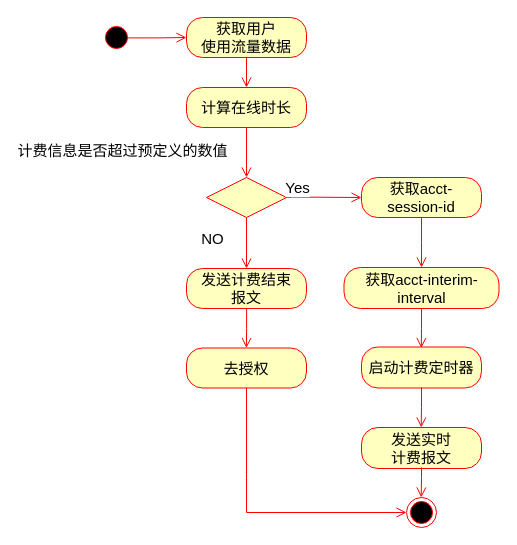
This is 发送计费报文的实现逻辑.drawio from PATORITU/PATORITU, a draw.io file, before an edit. Source tidied: cells renumbered, new cells numbered last; positions are measured from the earlier drawing's top-left corner, leaving out a move shared by most shapes. Both pictures are drawn from the tidied source at 100%, with x=0, y=0 at pixel (101, 17).
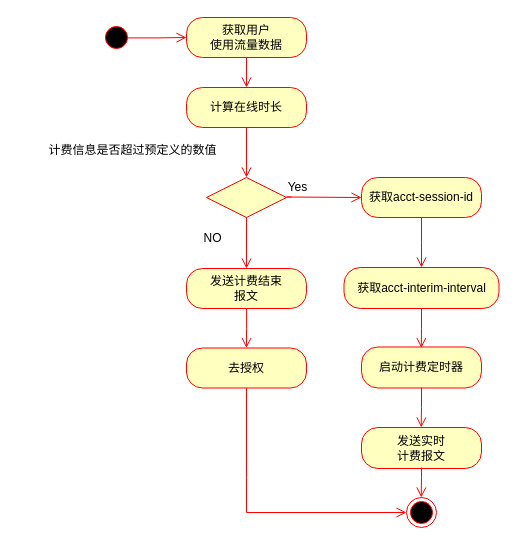
Above is the later version.

Commit message:
更新发送计费报文的实现逻辑.drawio

Change to the diagram source:
```diff
@@
-    <mxCell id="2" style="ellipse;html=1;shape=startState;fillColor=#000000;strokeColor=#ff0000;fontSize=15;" parent="1" vertex="1">
+    <mxCell id="2" style="ellipse;html=1;shape=startState;fillColor=#000000;strokeColor=#ff0000;fontSize=12;fontFamily=宋体;" parent="1" vertex="1">
       <mxGeometry y="5" width="30" height="30" as="geometry" />
     </mxCell>
-    <mxCell id="3" style="edgeStyle=orthogonalEdgeStyle;html=1;verticalAlign=bottom;endArrow=open;endSize=8;strokeColor=#ff0000;rounded=0;entryX=0;entryY=0.5;entryDx=0;entryDy=0;exitX=0.858;exitY=0.514;exitDx=0;exitDy=0;exitPerimeter=0;fontSize=15;" parent="1" edge="1" source="2" target="4">
+    <mxCell id="3" style="edgeStyle=orthogonalEdgeStyle;html=1;verticalAlign=bottom;endArrow=open;endSize=8;strokeColor=#ff0000;rounded=0;entryX=0;entryY=0.5;entryDx=0;entryDy=0;exitX=0.858;exitY=0.514;exitDx=0;exitDy=0;exitPerimeter=0;fontSize=12;fontFamily=宋体;" parent="1" edge="1" source="2" target="4">
       <mxGeometry relative="1" as="geometry" />
     </mxCell>
-    <mxCell id="4" value="获取用户&lt;br&gt;使用流量数据" style="rounded=1;whiteSpace=wrap;html=1;arcSize=40;fontColor=#000000;fillColor=#ffffc0;strokeColor=#ff0000;fontSize=15;" parent="1" vertex="1">
+    <mxCell id="4" value="获取用户&lt;br style=&quot;font-size: 12px;&quot;&gt;使用流量数据" style="rounded=1;whiteSpace=wrap;html=1;arcSize=40;fontColor=#000000;fillColor=#ffffc0;strokeColor=#ff0000;fontSize=12;fontFamily=宋体;" parent="1" vertex="1">
       <mxGeometry x="85" width="120" height="40" as="geometry" />
     </mxCell>
-    <mxCell id="5" style="edgeStyle=orthogonalEdgeStyle;html=1;verticalAlign=bottom;endArrow=open;endSize=8;strokeColor=#ff0000;rounded=0;fontSize=15;entryX=0.5;entryY=0;entryDx=0;entryDy=0;" parent="1" edge="1" source="4" target="6">
+    <mxCell id="5" style="edgeStyle=orthogonalEdgeStyle;html=1;verticalAlign=bottom;endArrow=open;endSize=8;strokeColor=#ff0000;rounded=0;fontSize=12;entryX=0.5;entryY=0;entryDx=0;entryDy=0;fontFamily=宋体;" parent="1" edge="1" source="4" target="6">
       <mxGeometry relative="1" as="geometry" />
     </mxCell>
-    <mxCell id="6" value="计算在线时长" style="rounded=1;whiteSpace=wrap;html=1;arcSize=40;fontColor=#000000;fillColor=#ffffc0;strokeColor=#ff0000;fontSize=15;" parent="1" vertex="1">
+    <mxCell id="6" value="计算在线时长" style="rounded=1;whiteSpace=wrap;html=1;arcSize=40;fontColor=#000000;fillColor=#ffffc0;strokeColor=#ff0000;fontSize=12;fontFamily=宋体;" parent="1" vertex="1">
       <mxGeometry x="85" y="70" width="120" height="40" as="geometry" />
     </mxCell>
-    <mxCell id="7" style="edgeStyle=orthogonalEdgeStyle;html=1;verticalAlign=bottom;endArrow=open;endSize=8;strokeColor=#ff0000;rounded=0;entryX=0.5;entryY=0;entryDx=0;entryDy=0;fontSize=15;" parent="1" edge="1" source="6" target="8">
+    <mxCell id="7" style="edgeStyle=orthogonalEdgeStyle;html=1;verticalAlign=bottom;endArrow=open;endSize=8;strokeColor=#ff0000;rounded=0;entryX=0.5;entryY=0;entryDx=0;entryDy=0;fontSize=12;fontFamily=宋体;" parent="1" edge="1" source="6" target="8">
       <mxGeometry relative="1" as="geometry" />
     </mxCell>
-    <mxCell id="8" style="rhombus;whiteSpace=wrap;html=1;fontColor=#000000;fillColor=#ffffc0;strokeColor=#ff0000;fontSize=15;" parent="1" vertex="1">
+    <mxCell id="8" style="rhombus;whiteSpace=wrap;html=1;fontColor=#000000;fillColor=#ffffc0;strokeColor=#ff0000;fontSize=12;fontFamily=宋体;" parent="1" vertex="1">
       <mxGeometry x="105" y="160" width="80" height="40" as="geometry" />
     </mxCell>
-    <mxCell id="9" value="获取acct-session-id" style="rounded=1;whiteSpace=wrap;html=1;arcSize=40;fontColor=#000000;fillColor=#ffffc0;strokeColor=#ff0000;fontSize=15;" parent="1" vertex="1">
+    <mxCell id="9" value="获取acct-session-id" style="rounded=1;whiteSpace=wrap;html=1;arcSize=40;fontColor=#000000;fillColor=#ffffc0;strokeColor=#ff0000;fontSize=12;fontFamily=宋体;" parent="1" vertex="1">
       <mxGeometry x="260" y="160" width="120" height="40" as="geometry" />
     </mxCell>
-    <mxCell id="10" value="发送计费结束&lt;br&gt;报文" style="rounded=1;whiteSpace=wrap;html=1;arcSize=40;fontColor=#000000;fillColor=#ffffc0;strokeColor=#ff0000;fontSize=15;" parent="1" vertex="1">
+    <mxCell id="10" value="发送计费结束&lt;br style=&quot;font-size: 12px;&quot;&gt;报文" style="rounded=1;whiteSpace=wrap;html=1;arcSize=40;fontColor=#000000;fillColor=#ffffc0;strokeColor=#ff0000;fontSize=12;fontFamily=宋体;" parent="1" vertex="1">
       <mxGeometry x="85" y="251" width="120" height="40" as="geometry" />
     </mxCell>
-    <mxCell id="11" style="edgeStyle=orthogonalEdgeStyle;html=1;verticalAlign=bottom;endArrow=open;endSize=8;strokeColor=#ff0000;rounded=0;exitX=0.5;exitY=1;exitDx=0;exitDy=0;fontSize=15;" parent="1" edge="1" source="8" target="10">
+    <mxCell id="11" style="edgeStyle=orthogonalEdgeStyle;html=1;verticalAlign=bottom;endArrow=open;endSize=8;strokeColor=#ff0000;rounded=0;exitX=0.5;exitY=1;exitDx=0;exitDy=0;fontSize=12;fontFamily=宋体;" parent="1" edge="1" source="8" target="10">
       <mxGeometry relative="1" as="geometry" />
     </mxCell>
-    <mxCell id="12" value="计费信息是否超过预定义的数值" style="edgeLabel;html=1;align=center;verticalAlign=middle;fontSize=15;" parent="11" vertex="1">
+    <mxCell id="12" value="计费信息是否超过预定义的数值" style="edgeLabel;html=1;align=center;verticalAlign=middle;fontSize=12;fontFamily=宋体;" parent="11" vertex="1">
       <mxGeometry x="-0.16" y="2" relative="1" as="geometry">
-        <mxPoint x="-127" y="-89" as="offset" />
+        <mxPoint x="-117" y="-89" as="offset" />
       </mxGeometry>
     </mxCell>
-    <mxCell id="13" value="NO" style="edgeLabel;html=1;align=center;verticalAlign=middle;fontSize=15;" parent="11" vertex="1">
+    <mxCell id="13" value="NO" style="edgeLabel;html=1;align=center;verticalAlign=middle;fontSize=12;fontFamily=宋体;" parent="11" vertex="1">
       <mxGeometry x="-0.04" relative="1" as="geometry">
         <mxPoint x="-35" y="-4" as="offset" />
       </mxGeometry>
     </mxCell>
-    <mxCell id="14" style="edgeStyle=orthogonalEdgeStyle;html=1;verticalAlign=bottom;endArrow=open;endSize=8;strokeColor=#ff0000;rounded=0;fontSize=15;" parent="1" edge="1">
+    <mxCell id="14" style="edgeStyle=orthogonalEdgeStyle;html=1;verticalAlign=bottom;endArrow=open;endSize=8;strokeColor=#ff0000;rounded=0;fontSize=12;fontFamily=宋体;" parent="1" edge="1">
       <mxGeometry relative="1" as="geometry">
         <mxPoint x="190" y="179.5" as="sourcePoint" />
         <mxPoint x="260" y="180" as="targetPoint" />
         <Array as="points">
           <mxPoint x="185" y="179.5" />
         </Array>
       </mxGeometry>
     </mxCell>
-    <mxCell id="15" value="Yes" style="edgeLabel;html=1;align=center;verticalAlign=middle;fontSize=15;" parent="14" vertex="1">
+    <mxCell id="15" value="Yes" style="edgeLabel;html=1;align=center;verticalAlign=middle;fontSize=12;fontFamily=宋体;" parent="14" vertex="1">
       <mxGeometry x="0.02" y="4" relative="1" as="geometry">
         <mxPoint x="-26" y="-6" as="offset" />
       </mxGeometry>
     </mxCell>
-    <mxCell id="16" style="ellipse;html=1;shape=endState;fillColor=#000000;strokeColor=#ff0000;fontSize=15;" parent="1" vertex="1">
+    <mxCell id="16" style="ellipse;html=1;shape=endState;fillColor=#000000;strokeColor=#ff0000;fontSize=12;fontFamily=宋体;" parent="1" vertex="1">
       <mxGeometry x="305" y="480" width="30" height="30" as="geometry" />
     </mxCell>
-    <mxCell id="17" value="获取acct-interim-interval" style="rounded=1;whiteSpace=wrap;html=1;arcSize=40;fontColor=#000000;fillColor=#ffffc0;strokeColor=#ff0000;fontSize=15;" parent="1" vertex="1">
+    <mxCell id="17" value="获取acct-interim-interval" style="rounded=1;whiteSpace=wrap;html=1;arcSize=40;fontColor=#000000;fillColor=#ffffc0;strokeColor=#ff0000;fontSize=12;fontFamily=宋体;" parent="1" vertex="1">
       <mxGeometry x="242.5" y="250" width="155" height="41" as="geometry" />
     </mxCell>
-    <mxCell id="18" value="启动计费定时器" style="rounded=1;whiteSpace=wrap;html=1;arcSize=40;fontColor=#000000;fillColor=#ffffc0;strokeColor=#ff0000;fontSize=15;" parent="1" vertex="1">
+    <mxCell id="18" value="启动计费定时器" style="rounded=1;whiteSpace=wrap;html=1;arcSize=40;fontColor=#000000;fillColor=#ffffc0;strokeColor=#ff0000;fontSize=12;fontFamily=宋体;" parent="1" vertex="1">
       <mxGeometry x="260" y="329.5" width="120" height="41" as="geometry" />
     </mxCell>
-    <mxCell id="19" style="edgeStyle=orthogonalEdgeStyle;html=1;verticalAlign=bottom;endArrow=open;endSize=8;strokeColor=#ff0000;rounded=0;exitX=0.5;exitY=1;exitDx=0;exitDy=0;entryX=0.5;entryY=0;entryDx=0;entryDy=0;fontSize=15;" parent="1" edge="1" source="9">
+    <mxCell id="19" style="edgeStyle=orthogonalEdgeStyle;html=1;verticalAlign=bottom;endArrow=open;endSize=8;strokeColor=#ff0000;rounded=0;exitX=0.5;exitY=1;exitDx=0;exitDy=0;entryX=0.5;entryY=0;entryDx=0;entryDy=0;fontSize=12;fontFamily=宋体;" parent="1" edge="1" source="9">
       <mxGeometry relative="1" as="geometry">
         <mxPoint x="320" y="250" as="targetPoint" />
       </mxGeometry>
     </mxCell>
-    <mxCell id="20" style="edgeStyle=orthogonalEdgeStyle;html=1;verticalAlign=bottom;endArrow=open;endSize=8;strokeColor=#ff0000;rounded=0;exitX=0.5;exitY=1;exitDx=0;exitDy=0;fontSize=15;" parent="1" edge="1" source="21" target="16">
+    <mxCell id="20" style="edgeStyle=orthogonalEdgeStyle;html=1;verticalAlign=bottom;endArrow=open;endSize=8;strokeColor=#ff0000;rounded=0;exitX=0.5;exitY=1;exitDx=0;exitDy=0;fontSize=12;fontFamily=宋体;" parent="1" edge="1" source="21" target="16">
       <mxGeometry relative="1" as="geometry">
         <Array as="points">
           <mxPoint x="145" y="460" />
           <mxPoint x="145" y="675" />
         </Array>
       </mxGeometry>
     </mxCell>
-    <mxCell id="21" value="去授权" style="rounded=1;whiteSpace=wrap;html=1;arcSize=40;fontColor=#000000;fillColor=#ffffc0;strokeColor=#ff0000;fontSize=15;" parent="1" vertex="1">
+    <mxCell id="21" value="去授权" style="rounded=1;whiteSpace=wrap;html=1;arcSize=40;fontColor=#000000;fillColor=#ffffc0;strokeColor=#ff0000;fontSize=12;fontFamily=宋体;" parent="1" vertex="1">
       <mxGeometry x="85" y="330.5" width="120" height="40" as="geometry" />
     </mxCell>
-    <mxCell id="22" value="发送实时&lt;br&gt;计费报文" style="rounded=1;whiteSpace=wrap;html=1;arcSize=40;fontColor=#000000;fillColor=#ffffc0;strokeColor=#ff0000;fontSize=15;" parent="1" vertex="1">
+    <mxCell id="22" value="发送实时&lt;br style=&quot;font-size: 12px;&quot;&gt;计费报文" style="rounded=1;whiteSpace=wrap;html=1;arcSize=40;fontColor=#000000;fillColor=#ffffc0;strokeColor=#ff0000;fontSize=12;fontFamily=宋体;" parent="1" vertex="1">
       <mxGeometry x="260" y="410" width="120" height="41" as="geometry" />
     </mxCell>
-    <mxCell id="23" style="edgeStyle=orthogonalEdgeStyle;html=1;verticalAlign=bottom;endArrow=open;endSize=8;strokeColor=#ff0000;rounded=0;entryX=0.5;entryY=0;entryDx=0;entryDy=0;fontSize=15;exitX=0.5;exitY=1;exitDx=0;exitDy=0;" parent="1" edge="1" source="17">
+    <mxCell id="23" style="edgeStyle=orthogonalEdgeStyle;html=1;verticalAlign=bottom;endArrow=open;endSize=8;strokeColor=#ff0000;rounded=0;entryX=0.5;entryY=0;entryDx=0;entryDy=0;fontSize=12;exitX=0.5;exitY=1;exitDx=0;exitDy=0;fontFamily=宋体;" parent="1" edge="1" source="17">
       <mxGeometry relative="1" as="geometry">
         <mxPoint x="319.8" y="330.5" as="targetPoint" />
       </mxGeometry>
     </mxCell>
-    <mxCell id="24" style="edgeStyle=orthogonalEdgeStyle;html=1;verticalAlign=bottom;endArrow=open;endSize=8;strokeColor=#ff0000;rounded=0;entryX=0.5;entryY=0;entryDx=0;entryDy=0;fontSize=15;" parent="1" edge="1">
+    <mxCell id="24" style="edgeStyle=orthogonalEdgeStyle;html=1;verticalAlign=bottom;endArrow=open;endSize=8;strokeColor=#ff0000;rounded=0;entryX=0.5;entryY=0;entryDx=0;entryDy=0;fontSize=12;fontFamily=宋体;" parent="1" edge="1">
       <mxGeometry relative="1" as="geometry">
         <mxPoint x="320" y="370" as="sourcePoint" />
         <mxPoint x="319.7" y="410" as="targetPoint" />
         <Array as="points">
           <mxPoint x="320" y="390" />
           <mxPoint x="320" y="390" />
         </Array>
       </mxGeometry>
     </mxCell>
-    <mxCell id="25" style="edgeStyle=orthogonalEdgeStyle;html=1;verticalAlign=bottom;endArrow=open;endSize=8;strokeColor=#ff0000;rounded=0;entryX=0.5;entryY=0;entryDx=0;entryDy=0;fontSize=15;exitX=0.5;exitY=1;exitDx=0;exitDy=0;" parent="1" edge="1">
+    <mxCell id="25" style="edgeStyle=orthogonalEdgeStyle;html=1;verticalAlign=bottom;endArrow=open;endSize=8;strokeColor=#ff0000;rounded=0;entryX=0.5;entryY=0;entryDx=0;entryDy=0;fontSize=12;exitX=0.5;exitY=1;exitDx=0;exitDy=0;fontFamily=宋体;" parent="1" edge="1">
       <mxGeometry relative="1" as="geometry">
         <mxPoint x="145.1" y="291" as="sourcePoint" />
         <mxPoint x="144.9" y="330.5" as="targetPoint" />
         <Array as="points">
           <mxPoint x="145.2" y="311" />
           <mxPoint x="145.2" y="311" />
         </Array>
       </mxGeometry>
     </mxCell>
-    <mxCell id="26" style="edgeStyle=orthogonalEdgeStyle;html=1;verticalAlign=bottom;endArrow=open;endSize=8;strokeColor=#ff0000;rounded=0;entryX=0.5;entryY=0;entryDx=0;entryDy=0;fontSize=15;" parent="1" edge="1">
+    <mxCell id="26" style="edgeStyle=orthogonalEdgeStyle;html=1;verticalAlign=bottom;endArrow=open;endSize=8;strokeColor=#ff0000;rounded=0;entryX=0.5;entryY=0;entryDx=0;entryDy=0;fontSize=12;fontFamily=宋体;" parent="1" edge="1">
       <mxGeometry relative="1" as="geometry">
         <mxPoint x="320" y="450" as="sourcePoint" />
         <mxPoint x="319.7" y="480" as="targetPoint" />
         <Array as="points">
           <mxPoint x="319.9" y="460" />
           <mxPoint x="319.9" y="460" />
         </Array>
       </mxGeometry>
     </mxCell>
```
